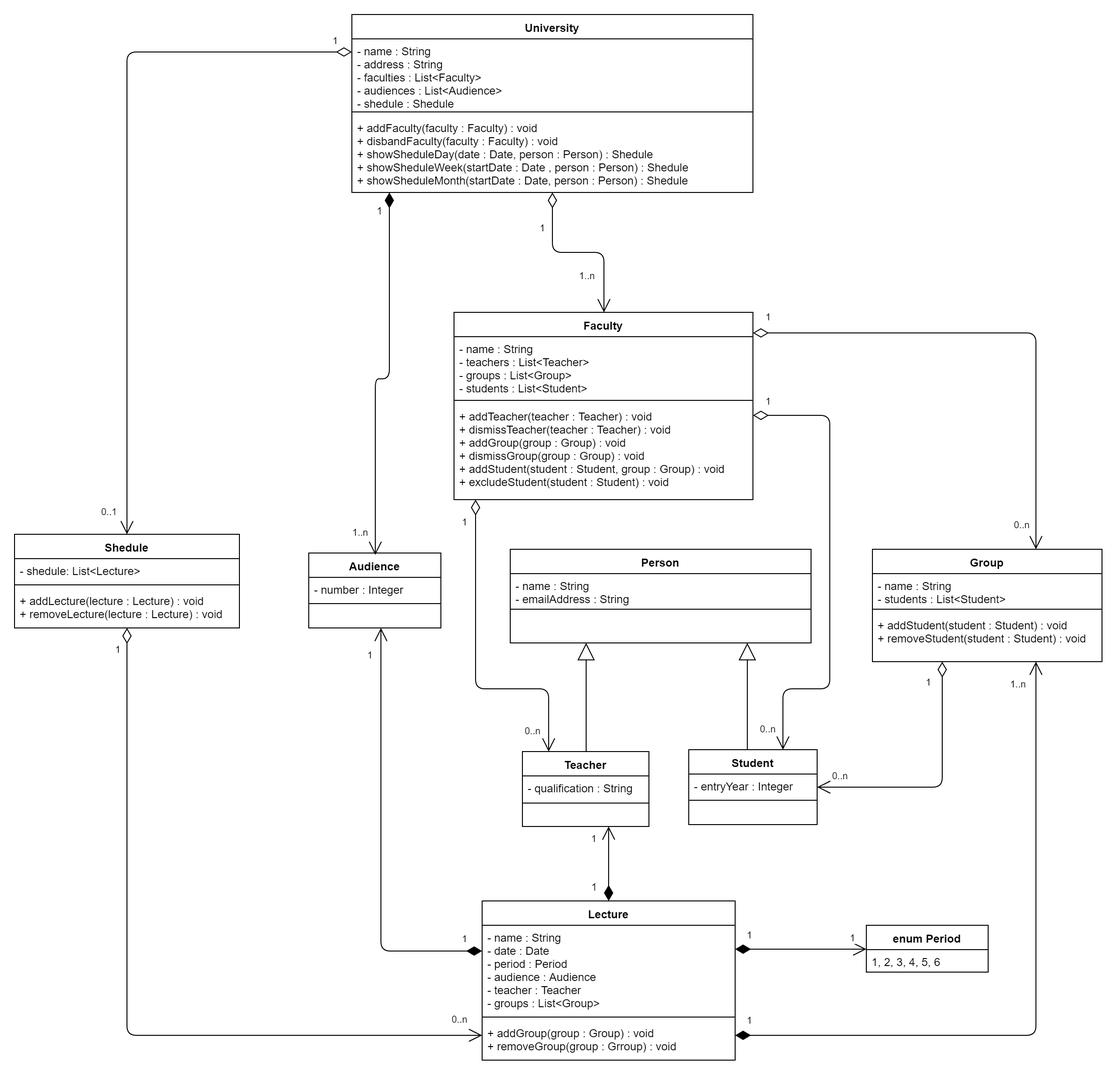
This is University.png from MaxValencio/university, a draw.io export, as it was before one commit. Source tidied: cells renumbered, new cells last; positions are measured from the earlier drawing's top-left corner, leaving out a move shared by most shapes.
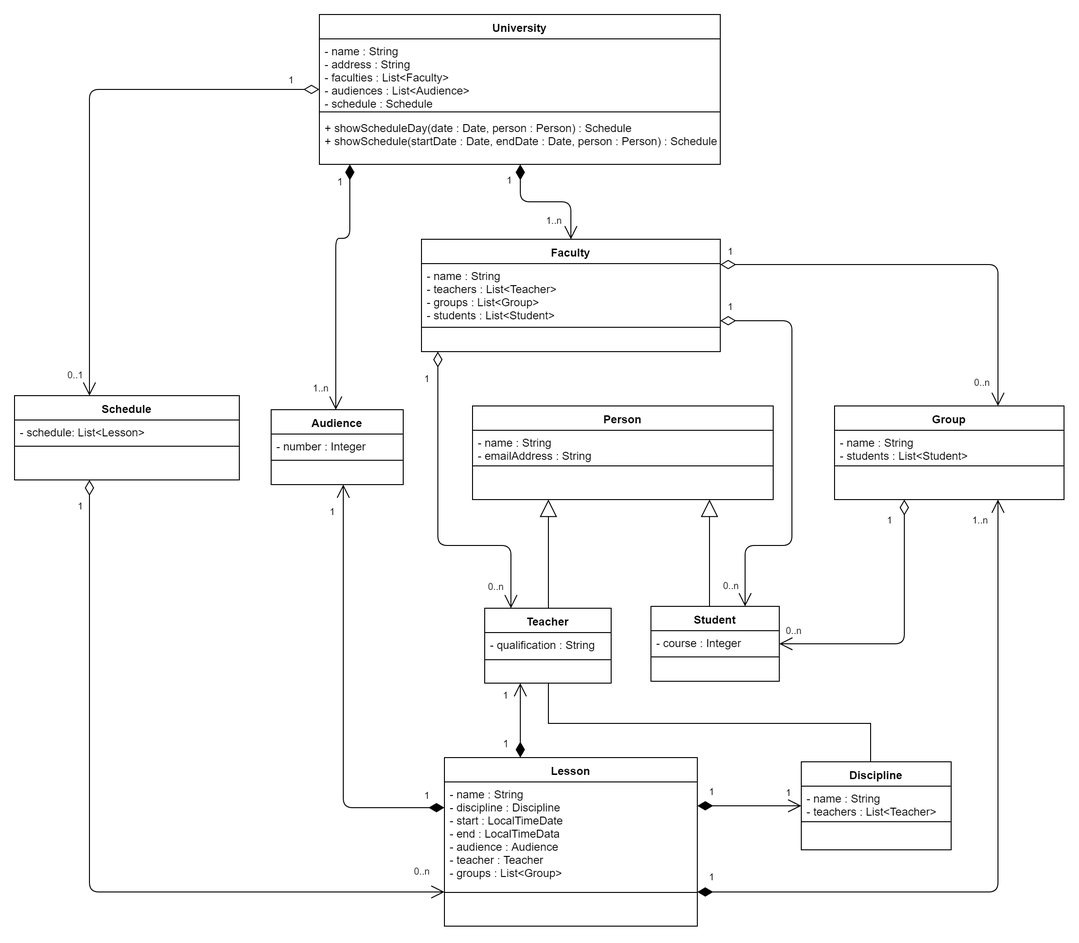
The same diagram one commit later.

What changed in the source:
```diff
@@ -5,3 +5,3 @@
     <mxCell id="2" value="Faculty" style="swimlane;fontStyle=1;align=center;verticalAlign=top;horizontal=1;startSize=26;" parent="1" vertex="1">
-      <mxGeometry x="469" y="318" width="319" height="200" as="geometry" />
+      <mxGeometry x="474.5" y="393" width="319" height="120" as="geometry" />
     </mxCell>
@@ -13,9 +13,9 @@
     </mxCell>
-    <mxCell id="5" value="+ addTeacher(teacher : Teacher) : void&#10;+ dismissTeacher(teacher : Teacher) : void&#10;+ addGroup(group : Group) : void&#10;+ dismissGroup(group : Group) : void&#10;+ addStudent(student : Student, group : Group) : void&#10;+ excludeStudent(student : Student) : void&#10;&#10;" style="text;strokeColor=none;fillColor=none;align=left;verticalAlign=top;spacingLeft=4;spacingRight=4;overflow=hidden;" parent="2" vertex="1">
-      <mxGeometry y="98" width="319" height="102" as="geometry" />
+    <mxCell id="5" value=" " style="text;strokeColor=none;fillColor=none;align=left;verticalAlign=top;spacingLeft=4;spacingRight=4;overflow=hidden;" parent="2" vertex="1">
+      <mxGeometry y="98" width="319" height="22" as="geometry" />
     </mxCell>
-    <mxCell id="6" value="Shedule" style="swimlane;fontStyle=1;align=center;verticalAlign=top;horizontal=1;startSize=26;" parent="1" vertex="1">
-      <mxGeometry y="555" width="240" height="100" as="geometry" />
+    <mxCell id="6" value="Schedule" style="swimlane;fontStyle=1;align=center;verticalAlign=top;horizontal=1;startSize=26;" parent="1" vertex="1">
+      <mxGeometry x="40" y="560" width="240" height="90" as="geometry" />
     </mxCell>
-    <mxCell id="7" value="- shedule: List&lt;Lecture&gt;" style="text;strokeColor=none;fillColor=none;align=left;verticalAlign=top;spacingLeft=4;spacingRight=4;overflow=hidden;" parent="6" vertex="1">
+    <mxCell id="7" value="- schedule: List&lt;Lesson&gt;" style="text;strokeColor=none;fillColor=none;align=left;verticalAlign=top;spacingLeft=4;spacingRight=4;overflow=hidden;" parent="6" vertex="1">
       <mxGeometry y="26" width="240" height="24" as="geometry" />
@@ -25,7 +25,7 @@
     </mxCell>
-    <mxCell id="9" value="+ addLecture(lecture : Lecture) : void&#10;+ removeLecture(lecture : Lecture) : void&#10;" style="text;strokeColor=none;fillColor=none;align=left;verticalAlign=top;spacingLeft=4;spacingRight=4;overflow=hidden;" parent="6" vertex="1">
-      <mxGeometry y="58" width="240" height="42" as="geometry" />
+    <mxCell id="9" value=" &#10;" style="text;strokeColor=none;fillColor=none;align=left;verticalAlign=top;spacingLeft=4;spacingRight=4;overflow=hidden;" parent="6" vertex="1">
+      <mxGeometry y="58" width="240" height="32" as="geometry" />
     </mxCell>
     <mxCell id="10" value="Group" style="swimlane;fontStyle=1;align=center;verticalAlign=top;horizontal=1;startSize=26;" parent="1" vertex="1">
-      <mxGeometry x="915.5" y="571" width="245" height="120" as="geometry" />
+      <mxGeometry x="915.5" y="571" width="245" height="100" as="geometry" />
     </mxCell>
@@ -37,9 +37,9 @@
     </mxCell>
-    <mxCell id="13" value="+ addStudent(student : Student) : void&#10;+ removeStudent(student : Student) : void&#10;" style="text;strokeColor=none;fillColor=none;align=left;verticalAlign=top;spacingLeft=4;spacingRight=4;overflow=hidden;" parent="10" vertex="1">
-      <mxGeometry y="68" width="245" height="52" as="geometry" />
+    <mxCell id="13" value=" &#10;" style="text;strokeColor=none;fillColor=none;align=left;verticalAlign=top;spacingLeft=4;spacingRight=4;overflow=hidden;" parent="10" vertex="1">
+      <mxGeometry y="68" width="245" height="32" as="geometry" />
     </mxCell>
     <mxCell id="14" value="University" style="swimlane;fontStyle=1;align=center;verticalAlign=top;horizontal=1;startSize=26;" parent="1" vertex="1">
-      <mxGeometry x="360" width="428" height="190" as="geometry" />
+      <mxGeometry x="365.5" y="153" width="428" height="160" as="geometry" />
     </mxCell>
-    <mxCell id="15" value="- name : String&#10;- address : String&#10;- faculties : List&lt;Faculty&gt;&#10;- audiences : List&lt;Audience&gt;&#10;- shedule : Shedule&#10;" style="text;strokeColor=none;fillColor=none;align=left;verticalAlign=top;spacingLeft=4;spacingRight=4;overflow=hidden;" parent="14" vertex="1">
+    <mxCell id="15" value="- name : String&#10;- address : String&#10;- faculties : List&lt;Faculty&gt;&#10;- audiences : List&lt;Audience&gt;&#10;- sсhedule : Sсhedule&#10;" style="text;strokeColor=none;fillColor=none;align=left;verticalAlign=top;spacingLeft=4;spacingRight=4;overflow=hidden;" parent="14" vertex="1">
       <mxGeometry y="26" width="428" height="74" as="geometry" />
@@ -49,23 +49,25 @@
     </mxCell>
-    <mxCell id="17" value="+ addFaculty(faculty : Faculty) : void&#10;+ disbandFaculty(faculty : Faculty) : void  &#10;+ showSheduleDay(date : Date, person : Person) : Shedule&#10;+ showSheduleWeek(startDate : Date , person : Person) : Shedule&#10;+ showSheduleMonth(startDate : Date, person : Person) : Shedule&#10;&#10;" style="text;strokeColor=none;fillColor=none;align=left;verticalAlign=top;spacingLeft=4;spacingRight=4;overflow=hidden;points=[[0,0.5],[1,0.5]];portConstraint=eastwest;" parent="14" vertex="1">
-      <mxGeometry y="108" width="428" height="82" as="geometry" />
+    <mxCell id="17" value="+ showSсheduleDay(date : Date, person : Person) : Sсhedule&#10;+ showSсhedule(startDate : Date, endDate : Date, person : Person) : Sсhedule&#10;" style="text;strokeColor=none;fillColor=none;align=left;verticalAlign=top;spacingLeft=4;spacingRight=4;overflow=hidden;points=[[0,0.5],[1,0.5]];portConstraint=eastwest;" parent="14" vertex="1">
+      <mxGeometry y="108" width="428" height="52" as="geometry" />
     </mxCell>
-    <mxCell id="18" value="enum Period" style="swimlane;fontStyle=1;align=center;verticalAlign=top;horizontal=1;startSize=26;" parent="1" vertex="1">
-      <mxGeometry x="909" y="972.5" width="130" height="50" as="geometry" />
-    </mxCell>
-    <mxCell id="19" value="1, 2, 3, 4, 5, 6" style="text;strokeColor=none;fillColor=none;align=left;verticalAlign=top;spacingLeft=4;spacingRight=4;overflow=hidden;" parent="18" vertex="1">
-      <mxGeometry y="26" width="130" height="24" as="geometry" />
-    </mxCell>
-    <mxCell id="20" value="Lecture" style="swimlane;fontStyle=1;align=center;verticalAlign=top;horizontal=1;startSize=26;" parent="1" vertex="1">
-      <mxGeometry x="499" y="946.5" width="270" height="170" as="geometry" />
+    <mxCell id="20" value="Lesson" style="swimlane;fontStyle=1;align=center;verticalAlign=top;horizontal=1;startSize=26;" parent="1" vertex="1">
+      <mxGeometry x="499" y="946.5" width="270" height="180" as="geometry" />
     </mxCell>
-    <mxCell id="21" value="- name : String&#10;- date : Date&#10;- period : Period&#10;- audience : Audience&#10;- teacher : Teacher&#10;- groups : List&lt;Group&gt;&#10;&#10;" style="text;strokeColor=none;fillColor=none;align=left;verticalAlign=top;spacingLeft=4;spacingRight=4;overflow=hidden;" parent="20" vertex="1">
-      <mxGeometry y="26" width="270" height="94" as="geometry" />
+    <mxCell id="21" value="- name : String&#10;- discipline : Discipline&#10;- start : LocalTimeDate&#10;- end : LocalTimeData&#10;- audience : Audience&#10;- teacher : Teacher&#10;- groups : List&lt;Group&gt;&#10;&#10;" style="text;strokeColor=none;fillColor=none;align=left;verticalAlign=top;spacingLeft=4;spacingRight=4;overflow=hidden;" parent="20" vertex="1">
+      <mxGeometry y="26" width="270" height="114" as="geometry" />
     </mxCell>
     <mxCell id="22" style="line;strokeWidth=1;fillColor=none;align=left;verticalAlign=middle;spacingTop=-1;spacingLeft=3;spacingRight=3;labelPosition=right;" parent="20" vertex="1">
-      <mxGeometry y="120" width="270" height="8" as="geometry" />
+      <mxGeometry y="140" width="270" height="8" as="geometry" />
     </mxCell>
-    <mxCell id="23" value="+ addGroup(group : Group) : void&#10;+ removeGroup(group : Grroup) : void&#10;" style="text;strokeColor=none;fillColor=none;align=left;verticalAlign=top;spacingLeft=4;spacingRight=4;overflow=hidden;" parent="20" vertex="1">
-      <mxGeometry y="128" width="270" height="42" as="geometry" />
+    <mxCell id="23" value=" &#10;" style="text;strokeColor=none;fillColor=none;align=left;verticalAlign=top;spacingLeft=4;spacingRight=4;overflow=hidden;" parent="20" vertex="1">
+      <mxGeometry y="148" width="270" height="32" as="geometry" />
     </mxCell>
+    <mxCell id="77" style="edgeStyle=orthogonalEdgeStyle;rounded=0;jettySize=auto;html=1;entryX=0.463;entryY=0.011;entryDx=0;entryDy=0;entryPerimeter=0;endArrow=none;endFill=0;" parent="1" edge="1" source="24" target="78">
+      <mxGeometry relative="1" as="geometry">
+        <Array as="points">
+          <mxPoint x="610" y="910" />
+          <mxPoint x="954" y="910" />
+        </Array>
+      </mxGeometry>
+    </mxCell>
     <mxCell id="24" value="Teacher" style="swimlane;fontStyle=1;align=center;verticalAlign=top;horizontal=1;startSize=26;" parent="1" vertex="1">
@@ -85,3 +87,3 @@
     </mxCell>
-    <mxCell id="29" value="- entryYear : Integer" style="text;strokeColor=none;fillColor=none;align=left;verticalAlign=top;spacingLeft=4;spacingRight=4;overflow=hidden;" parent="28" vertex="1">
+    <mxCell id="29" value="- course : Integer" style="text;strokeColor=none;fillColor=none;align=left;verticalAlign=top;spacingLeft=4;spacingRight=4;overflow=hidden;" parent="28" vertex="1">
       <mxGeometry y="26" width="137" height="24" as="geometry" />
@@ -137,10 +139,9 @@
     </mxCell>
-    <mxCell id="43" value="1" style="endArrow=open;html=1;endSize=12;startArrow=diamondThin;startSize=14;startFill=1;edgeStyle=orthogonalEdgeStyle;align=left;verticalAlign=bottom;" parent="1" edge="1" source="14">
-      <mxGeometry x="-0.56" y="-62" relative="1" as="geometry">
-        <mxPoint x="385" y="577" as="targetPoint" />
+    <mxCell id="43" value="1" style="endArrow=open;html=1;endSize=12;startArrow=diamondThin;startSize=14;startFill=1;edgeStyle=orthogonalEdgeStyle;align=left;verticalAlign=bottom;" parent="1" edge="1" source="17" target="39">
+      <mxGeometry x="-0.32" y="-52" relative="1" as="geometry">
         <Array as="points">
-          <mxPoint x="400" y="389" />
-          <mxPoint x="385" y="389" />
+          <mxPoint x="398" y="392" />
+          <mxPoint x="383" y="392" />
         </Array>
-        <mxPoint x="47" y="-60" as="offset" />
+        <mxPoint x="52" y="-52" as="offset" />
       </mxGeometry>
@@ -167,3 +168,3 @@
         <Array as="points">
-          <mxPoint x="120" y="40" />
+          <mxPoint x="120" y="233" />
         </Array>
@@ -171,4 +172,5 @@
     </mxCell>
-    <mxCell id="48" style="endArrow=open;html=1;endSize=12;startArrow=diamondThin;startSize=14;startFill=1;edgeStyle=orthogonalEdgeStyle;" parent="1" edge="1" source="20" target="18">
+    <mxCell id="48" style="endArrow=open;html=1;endSize=12;startArrow=diamondThin;startSize=14;startFill=1;edgeStyle=orthogonalEdgeStyle;" parent="1" edge="1" source="20">
       <mxGeometry relative="1" as="geometry">
+        <mxPoint x="880" y="998" as="targetPoint" />
         <Array as="points">
@@ -198,3 +200,3 @@
       <mxGeometry x="1" relative="1" as="geometry">
-        <mxPoint x="401" y="-117.5" as="offset" />
+        <mxPoint x="373" y="-119.5" as="offset" />
       </mxGeometry>
@@ -210,3 +212,3 @@
       <mxGeometry x="-1" relative="1" as="geometry">
-        <mxPoint x="-432" y="-1075" as="offset" />
+        <mxPoint x="-439" y="-880" as="offset" />
       </mxGeometry>
@@ -215,3 +217,3 @@
       <mxGeometry x="1" relative="1" as="geometry">
-        <mxPoint x="-280" y="-291" as="offset" />
+        <mxPoint x="-280" y="-219" as="offset" />
       </mxGeometry>
@@ -221,3 +223,3 @@
         <Array as="points">
-          <mxPoint x="1090" y="340" />
+          <mxPoint x="1090" y="420" />
         </Array>
@@ -227,3 +229,3 @@
       <mxGeometry x="-1" relative="1" as="geometry">
-        <mxPoint x="5" y="409.5" as="offset" />
+        <mxPoint y="330" as="offset" />
       </mxGeometry>
@@ -232,3 +234,3 @@
       <mxGeometry x="1" relative="1" as="geometry">
-        <mxPoint x="-466.5" y="296" as="offset" />
+        <mxPoint x="-520" y="295.5" as="offset" />
       </mxGeometry>
@@ -245,3 +247,3 @@
       <mxGeometry x="-1" relative="1" as="geometry">
-        <mxPoint x="50" y="233.5" as="offset" />
+        <mxPoint x="51" y="237.5" as="offset" />
       </mxGeometry>
@@ -253,3 +255,3 @@
     </mxCell>
-    <mxCell id="62" style="endArrow=open;html=1;endSize=12;startArrow=diamondThin;startSize=14;startFill=0;edgeStyle=orthogonalEdgeStyle;entryX=0.5;entryY=0;entryDx=0;entryDy=0;" parent="1" edge="1" source="14" target="2">
+    <mxCell id="62" style="endArrow=open;html=1;endSize=12;startArrow=diamondThin;startSize=14;startFill=1;edgeStyle=orthogonalEdgeStyle;entryX=0.5;entryY=0;entryDx=0;entryDy=0;" parent="1" edge="1" source="14" target="2">
       <mxGeometry relative="1" as="geometry" />
@@ -258,3 +260,3 @@
       <mxGeometry x="-1" relative="1" as="geometry">
-        <mxPoint x="26" y="76" as="offset" />
+        <mxPoint x="25" y="47" as="offset" />
       </mxGeometry>
@@ -263,3 +265,3 @@
       <mxGeometry x="1" relative="1" as="geometry">
-        <mxPoint x="-60" y="-103" as="offset" />
+        <mxPoint x="-60" y="-76" as="offset" />
       </mxGeometry>
@@ -275,3 +277,3 @@
       <mxGeometry x="-1" relative="1" as="geometry">
-        <mxPoint x="74" y="-159" as="offset" />
+        <mxPoint x="72" y="-138" as="offset" />
       </mxGeometry>
@@ -280,3 +282,3 @@
       <mxGeometry x="1" relative="1" as="geometry">
-        <mxPoint x="125" y="-125" as="offset" />
+        <mxPoint x="124" y="-145" as="offset" />
       </mxGeometry>
@@ -286,4 +288,4 @@
         <Array as="points">
-          <mxPoint x="609.5" y="1010.5" />
-          <mxPoint x="609.5" y="1010.5" />
+          <mxPoint x="580" y="910" />
+          <mxPoint x="580" y="910" />
         </Array>
@@ -294,3 +296,3 @@
         <Array as="points">
-          <mxPoint x="870" y="428" />
+          <mxPoint x="870" y="480" />
           <mxPoint x="870" y="720" />
@@ -302,3 +304,3 @@
       <mxGeometry x="-1" relative="1" as="geometry">
-        <mxPoint x="82" y="372" as="offset" />
+        <mxPoint x="67" y="318" as="offset" />
       </mxGeometry>
@@ -307,3 +309,3 @@
       <mxGeometry x="1" relative="1" as="geometry">
-        <mxPoint x="-10" y="-475" as="offset" />
+        <mxPoint x="-10" y="-392.5" as="offset" />
       </mxGeometry>
@@ -317,3 +319,3 @@
       <mxGeometry x="1" relative="1" as="geometry">
-        <mxPoint x="380" y="500" as="offset" />
+        <mxPoint x="378" y="499" as="offset" />
       </mxGeometry>
@@ -322,3 +324,3 @@
       <mxGeometry x="-1" relative="1" as="geometry">
-        <mxPoint x="1060" y="662" as="offset" />
+        <mxPoint x="1060" y="640" as="offset" />
       </mxGeometry>
@@ -327,3 +329,3 @@
       <mxGeometry x="-1" relative="1" as="geometry">
-        <mxPoint x="90" y="478" as="offset" />
+        <mxPoint x="94" y="485" as="offset" />
       </mxGeometry>
@@ -335,2 +337,14 @@
     </mxCell>
+    <mxCell id="78" value="Discipline" style="swimlane;fontStyle=1;align=center;verticalAlign=top;horizontal=1;startSize=26;" parent="1" vertex="1">
+      <mxGeometry x="880" y="951" width="160" height="94" as="geometry" />
+    </mxCell>
+    <mxCell id="79" value="- name : String&#10;- teachers : List&lt;Teacher&gt;&#10;" style="text;strokeColor=none;fillColor=none;align=left;verticalAlign=top;spacingLeft=4;spacingRight=4;overflow=hidden;" parent="78" vertex="1">
+      <mxGeometry y="26" width="160" height="34" as="geometry" />
+    </mxCell>
+    <mxCell id="80" style="line;strokeWidth=1;fillColor=none;align=left;verticalAlign=middle;spacingTop=-1;spacingLeft=3;spacingRight=3;labelPosition=right;" parent="78" vertex="1">
+      <mxGeometry y="60" width="160" height="8" as="geometry" />
+    </mxCell>
+    <mxCell id="81" value=" " style="text;strokeColor=none;fillColor=none;align=left;verticalAlign=top;spacingLeft=4;spacingRight=4;overflow=hidden;" parent="78" vertex="1">
+      <mxGeometry y="68" width="160" height="26" as="geometry" />
+    </mxCell>
   </root>
```
